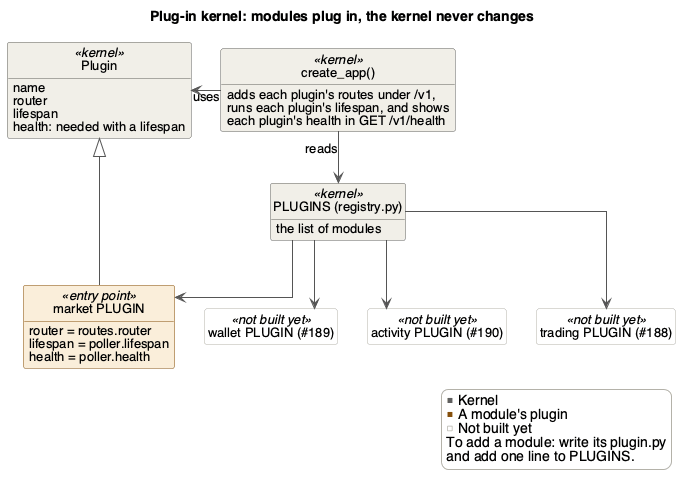
This is docs/Design/SoftArchitecture/figures/plugin-kernel.png from davislenover/BurnNEarn, a PlantUML export, as it was before one commit. Its diagram source:
```plantuml
@startuml plugin-kernel
!include style.iuml
title Plug-in kernel: modules plug in, the kernel never changes

class "create_app()" as create_app <<kernel>> {
  adds each plugin's routes under /v1,
  runs each plugin's lifespan, and shows
  each plugin's health in GET /v1/health
}
class "PLUGINS (registry.py)" as registry <<kernel>> {
  the list of modules
}
class Plugin <<kernel>> {
  name
  router
  lifespan
  health: needed with a lifespan
}

class "market PLUGIN" as market <<entry point>> {
  router = routes.router
  lifespan = poller.lifespan
  health = poller.health
}
class "wallet PLUGIN (#189)" as wallet <<not built yet>>
class "activity PLUGIN (#190)" as activity <<not built yet>>
class "trading PLUGIN (#188)" as trading <<not built yet>>

create_app --> registry : reads
create_app -left-> Plugin : uses
registry --> market
registry --> wallet
registry --> activity
registry --> trading
market -up-|> Plugin

legend right
  <color:#5F5E5A>■</color> Kernel
  <color:#854F0B>■</color> A module's plugin
  <color:#B4B2A9>□</color> Not built yet
  To add a module: write its plugin.py
  and add one line to PLUGINS.
endlegend
@enduml
```
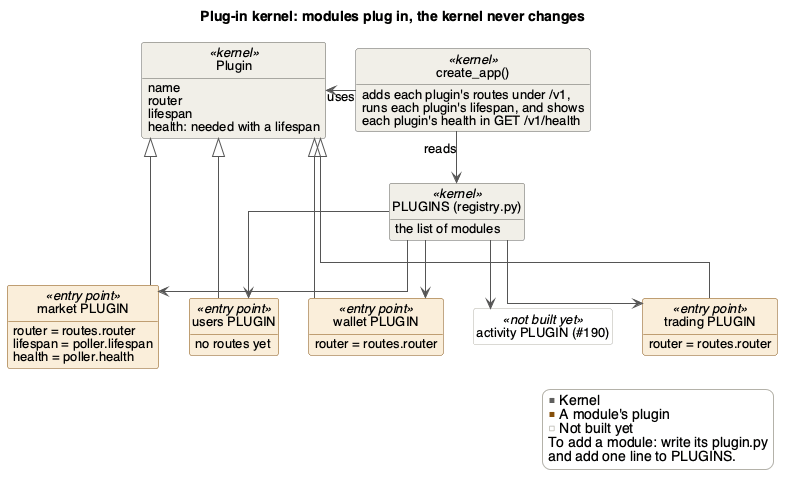
After the commit.

What changed in the source:
```diff
@@ -22,17 +22,28 @@
   lifespan = poller.lifespan
   health = poller.health
 }
-class "wallet PLUGIN (#189)" as wallet <<not built yet>>
+class "users PLUGIN" as users <<entry point>> {
+  no routes yet
+}
+class "wallet PLUGIN" as wallet <<entry point>> {
+  router = routes.router
+}
+class "trading PLUGIN" as trading <<entry point>> {
+  router = routes.router
+}
 class "activity PLUGIN (#190)" as activity <<not built yet>>
-class "trading PLUGIN (#188)" as trading <<not built yet>>
 
 create_app --> registry : reads
 create_app -left-> Plugin : uses
+registry --> users
+registry --> wallet
 registry --> market
-registry --> wallet
 registry --> activity
 registry --> trading
+users -up-|> Plugin
+wallet -up-|> Plugin
 market -up-|> Plugin
+trading -up-|> Plugin
 
 legend right
   <color:#5F5E5A>■</color> Kernel
```
